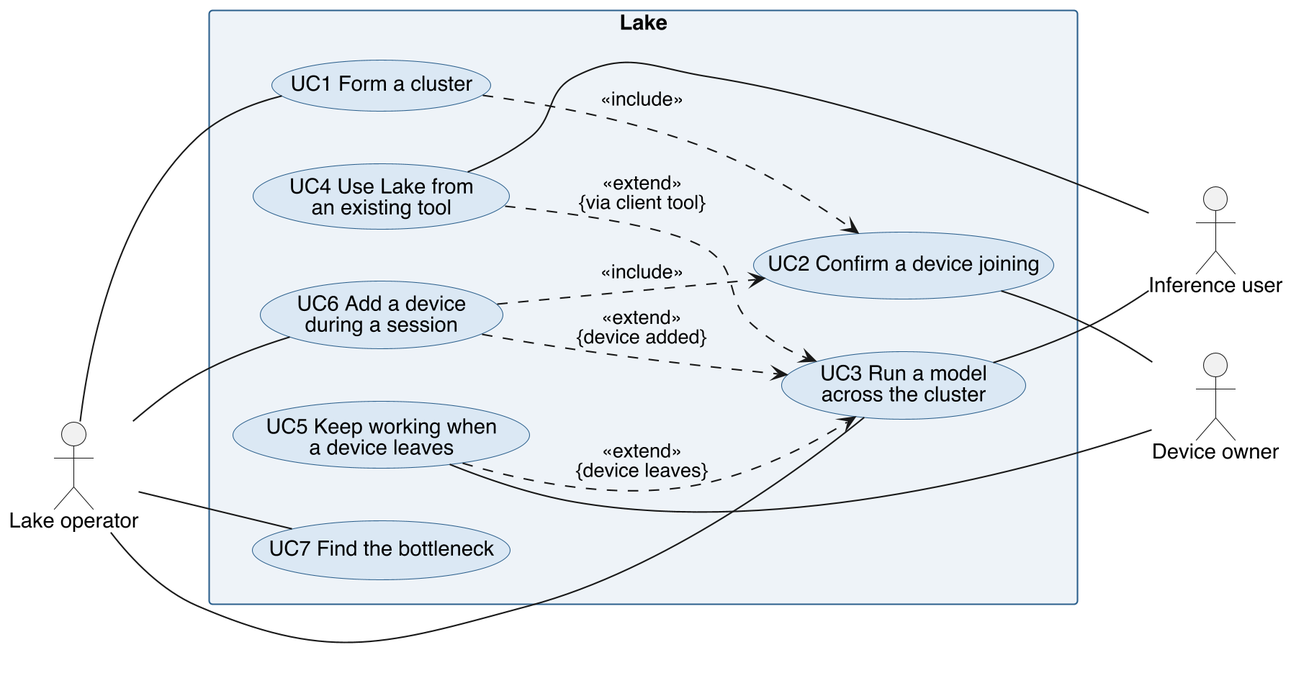
Earlier version of the PlantUML export docs/SRS/g5_usecase.png (capstoneCEGJM/Lake).
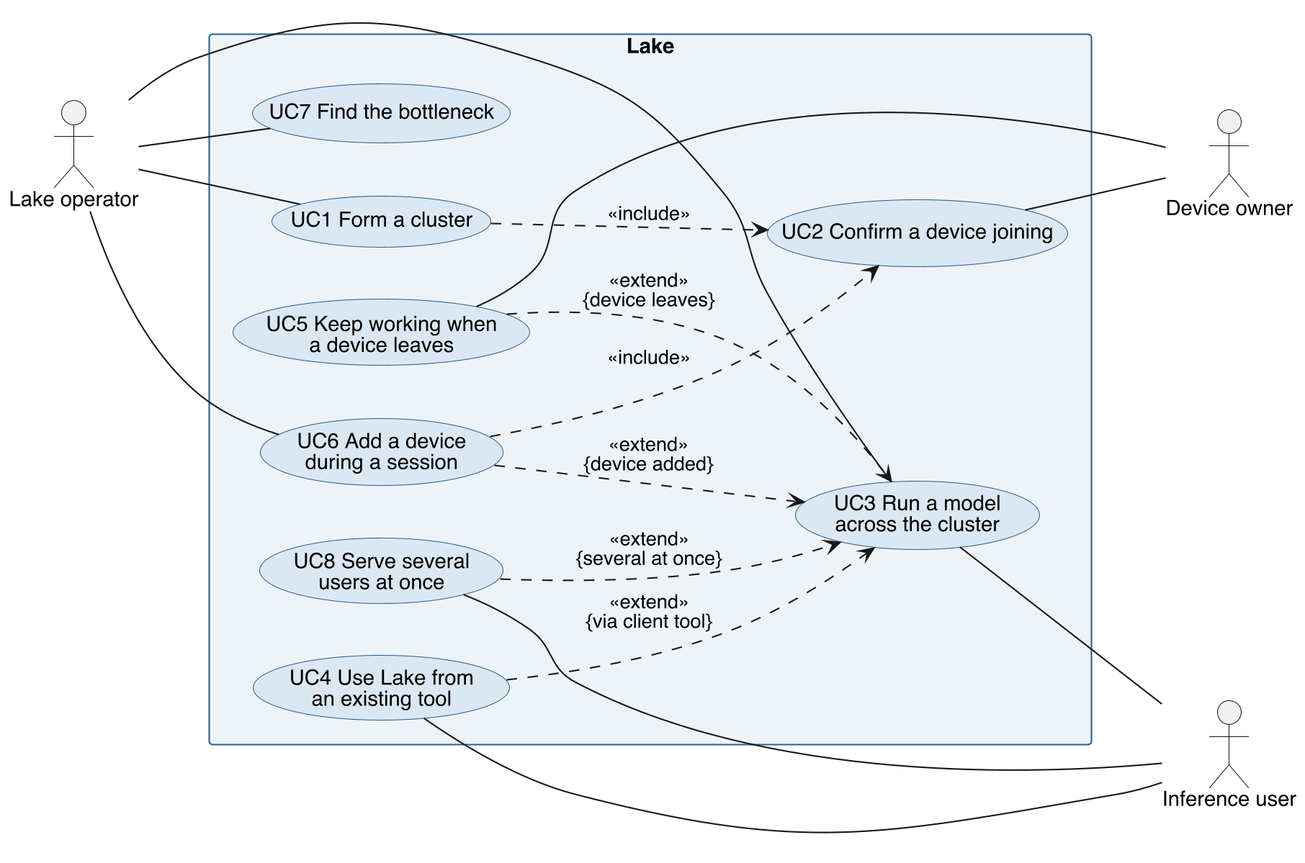
After the change.

The edit, as a diff of the source:
```diff
@@ -24,6 +24,7 @@
   usecase "UC5 Keep working when\na device leaves" as UC5
   usecase "UC4 Use Lake from\nan existing tool" as UC4
   usecase "UC7 Find the bottleneck" as UC7
+  usecase "UC8 Serve several\nusers at once" as UC8
 }
 
 Operator -- UC1
@@ -35,10 +36,12 @@
 UC5 -- Owner
 UC3 -- User
 UC4 -- User
+UC8 -- User
 
 UC1 ..> UC2 : <<include>>
 UC6 ..> UC2 : <<include>>
 UC6 ..> UC3 : <<extend>>\n{device added}
 UC5 ..> UC3 : <<extend>>\n{device leaves}
 UC4 ..> UC3 : <<extend>>\n{via client tool}
+UC8 ..> UC3 : <<extend>>\n{several at once}
 @enduml
```
